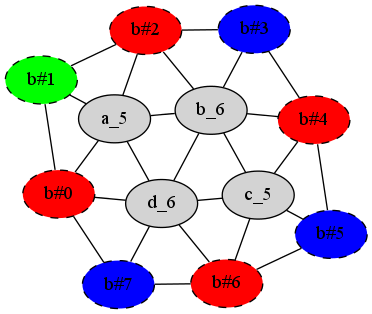
The Graphviz diagram test.png in olleicua/Py4colorReduction, before a commit. Its source is kept beside it as test.dot.
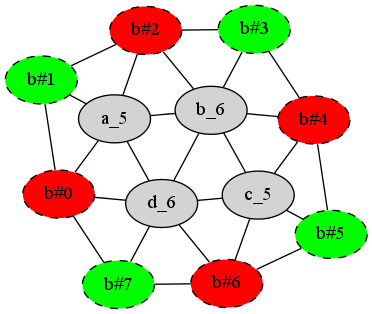
The same file after the commit.

Diff of the diagram source:
```diff
@@ -5,11 +5,11 @@
 "b#0" [fillcolor="#ff0000",style="filled,dashed"]
 "b#1" [fillcolor="#00ff00",style="filled,dashed"]
 "b#2" [fillcolor="#ff0000",style="filled,dashed"]
-"b#3" [fillcolor="#0000ff",style="filled,dashed"]
+"b#3" [fillcolor="#00ff00",style="filled,dashed"]
 "b#4" [fillcolor="#ff0000",style="filled,dashed"]
-"b#5" [fillcolor="#0000ff",style="filled,dashed"]
+"b#5" [fillcolor="#00ff00",style="filled,dashed"]
 "b#6" [fillcolor="#ff0000",style="filled,dashed"]
-"b#7" [fillcolor="#0000ff",style="filled,dashed"]
+"b#7" [fillcolor="#00ff00",style="filled,dashed"]
 "c_5" []
 "d_6" []
 "a_5" -- "b_6"
```
